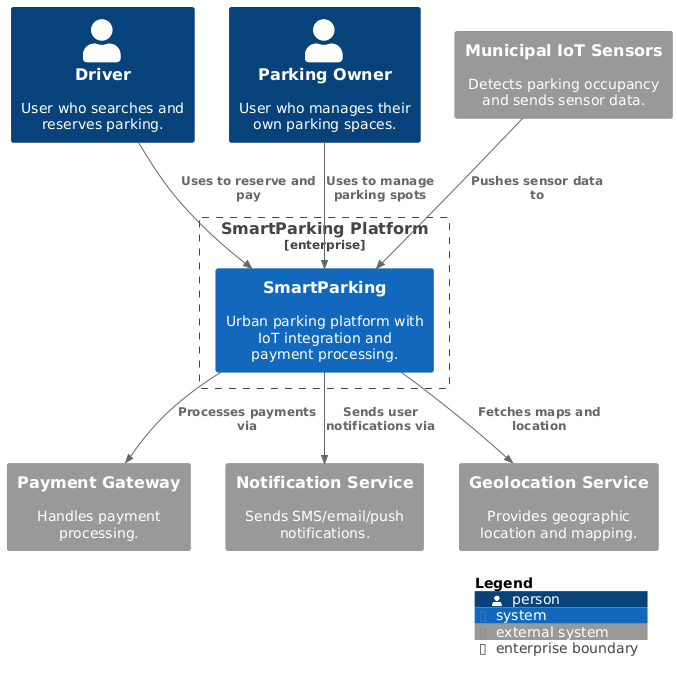
The PlantUML diagram ChapterIV-images/c4-landscape.png in SolucionesIoT-Grupo-IoTInnovators/report, before a commit. Its diagram source:
```plantuml
@startuml
!include https://raw.githubusercontent.com/plantuml-stdlib/C4-PlantUML/master/C4_Context.puml

LAYOUT_TOP_DOWN()

Enterprise_Boundary(s1, "SmartParking Platform") {
    System(smartParking, "SmartParking", "Urban parking platform with IoT integration and payment processing.")
}

Person(driver, "Driver", "User who searches and reserves parking.")
Person(owner, "Parking Owner", "User who manages their own parking spaces.")

System_Ext(paymentGateway, "Payment Gateway", "Handles payment processing.")
System_Ext(notificationService, "Notification Service", "Sends SMS/email/push notifications.")
System_Ext(geoService, "Geolocation Service", "Provides geographic location and mapping.")
System_Ext(citySensors, "Municipal IoT Sensors", "Detects parking occupancy and sends sensor data.")

Rel(driver, smartParking, "Uses to reserve and pay")
Rel(owner, smartParking, "Uses to manage parking spots")
Rel(smartParking, paymentGateway, "Processes payments via")
Rel(smartParking, notificationService, "Sends user notifications via")
Rel(smartParking, geoService, "Fetches maps and location")
Rel(citySensors, smartParking, "Pushes sensor data to")

SHOW_LEGEND()
@enduml
```
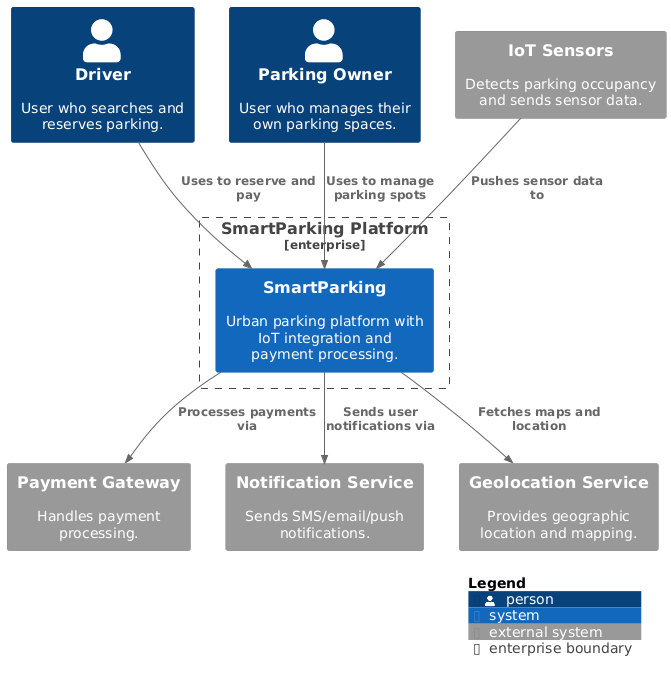
After the commit.

Commit message:
feat: Fix lanscape diagram error

Change to the diagram source:
```diff
@@ -13,7 +13,7 @@
 System_Ext(paymentGateway, "Payment Gateway", "Handles payment processing.")
 System_Ext(notificationService, "Notification Service", "Sends SMS/email/push notifications.")
 System_Ext(geoService, "Geolocation Service", "Provides geographic location and mapping.")
-System_Ext(citySensors, "Municipal IoT Sensors", "Detects parking occupancy and sends sensor data.")
+System_Ext(citySensors, "IoT Sensors", "Detects parking occupancy and sends sensor data.")
 
 Rel(driver, smartParking, "Uses to reserve and pay")
 Rel(owner, smartParking, "Uses to manage parking spots")
```
